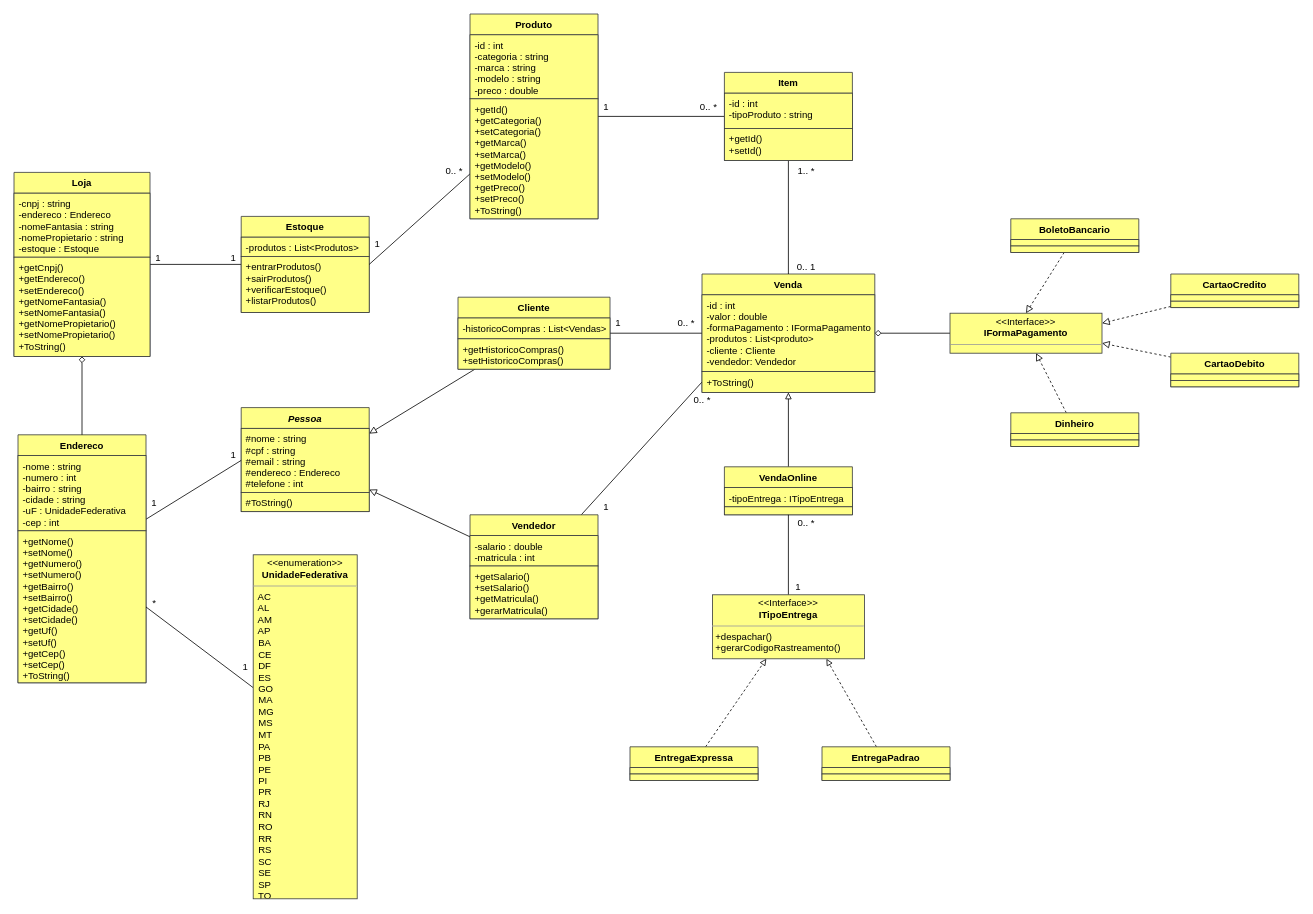
The draw.io diagram docs/loja-de-roupas.drawio.xml in HenriqueMiossi/Loja-de-Roupas, before the edit. Source tidied: cells renumbered, new cells numbered last; positions are measured from the earlier drawing's top-left corner, leaving out a move shared by most shapes. Both pictures are drawn from the tidied source at 80%, with x=0, y=0 at pixel (14, 14).
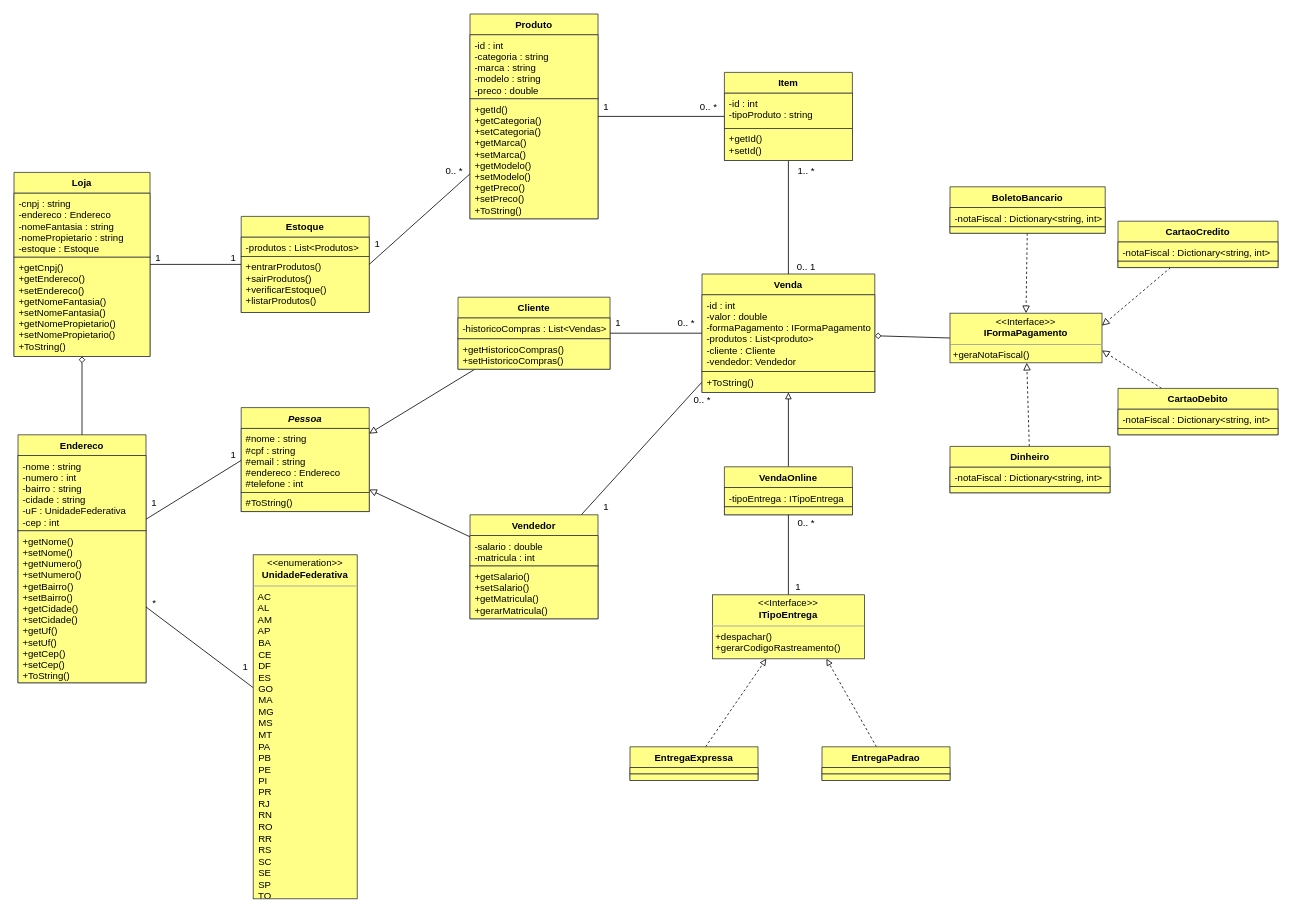
Above is the later version.

Commit message (it also covers changes not shown here):
Docs: update IFormaPagamento from diagram to reflect changes in the code

Change to the diagram source:
```diff
@@
-    <mxCell id="36" value="&lt;p style=&quot;margin: 0px ; margin-top: 4px ; text-align: center&quot;&gt;&amp;lt;&amp;lt;Interface&amp;gt;&amp;gt;&lt;br&gt;&lt;b&gt;IFormaPagamento&lt;br&gt;&lt;/b&gt;&lt;/p&gt;&lt;hr size=&quot;1&quot;&gt;&lt;p style=&quot;margin: 0px ; margin-left: 4px&quot;&gt;&lt;br&gt;&lt;/p&gt;" style="verticalAlign=top;align=left;overflow=fill;fontSize=12;fontFamily=Helvetica;html=1;fillColor=#ffff88;strokeColor=#36393d;" parent="1" vertex="1">
-      <mxGeometry x="1170" y="374" width="190" height="50" as="geometry" />
+    <mxCell id="36" value="&lt;p style=&quot;margin: 0px ; margin-top: 4px ; text-align: center&quot;&gt;&amp;lt;&amp;lt;Interface&amp;gt;&amp;gt;&lt;br&gt;&lt;b&gt;IFormaPagamento&lt;br&gt;&lt;/b&gt;&lt;/p&gt;&lt;hr size=&quot;1&quot;&gt;&lt;p style=&quot;margin: 0px ; margin-left: 4px&quot;&gt;+geraNotaFiscal()&lt;/p&gt;" style="verticalAlign=top;align=left;overflow=fill;fontSize=12;fontFamily=Helvetica;html=1;fillColor=#ffff88;strokeColor=#36393d;" parent="1" vertex="1">
+      <mxGeometry x="1170" y="374" width="190" height="62" as="geometry" />
     </mxCell>
@@
     <mxCell id="53" value="Dinheiro" style="swimlane;fontStyle=1;align=center;verticalAlign=top;horizontal=1;startSize=26;strokeColor=#36393d;fillColor=#ffff88;" parent="1" vertex="1">
-      <mxGeometry x="1246" y="498.5" width="160" height="42" as="geometry" />
+      <mxGeometry x="1170" y="540.5" width="200" height="58" as="geometry" />
     </mxCell>
-    <mxCell id="54" style="text;strokeColor=#36393d;fillColor=#ffff88;align=left;verticalAlign=top;spacingLeft=4;spacingRight=4;overflow=hidden;" parent="53" vertex="1">
-      <mxGeometry y="26" width="160" height="8" as="geometry" />
+    <mxCell id="54" value="-notaFiscal : Dictionary&lt;string, int&gt;" style="text;strokeColor=#36393d;fillColor=#ffff88;align=left;verticalAlign=top;spacingLeft=4;spacingRight=4;overflow=hidden;" parent="53" vertex="1">
+      <mxGeometry y="26" width="200" height="24" as="geometry" />
     </mxCell>
     <mxCell id="55" style="text;strokeColor=#36393d;fillColor=#ffff88;align=left;verticalAlign=top;spacingLeft=4;spacingRight=4;overflow=hidden;fontStyle=0;" parent="53" vertex="1">
-      <mxGeometry y="34" width="160" height="8" as="geometry" />
+      <mxGeometry y="50" width="200" height="8" as="geometry" />
     </mxCell>
@@
     <mxCell id="57" value="CartaoDebito" style="swimlane;fontStyle=1;align=center;verticalAlign=top;horizontal=1;startSize=26;strokeColor=#36393d;fillColor=#ffff88;" parent="1" vertex="1">
-      <mxGeometry x="1446" y="424" width="160" height="42" as="geometry" />
+      <mxGeometry x="1380" y="468" width="200" height="58" as="geometry" />
     </mxCell>
-    <mxCell id="58" style="text;strokeColor=#36393d;fillColor=#ffff88;align=left;verticalAlign=top;spacingLeft=4;spacingRight=4;overflow=hidden;" parent="57" vertex="1">
-      <mxGeometry y="26" width="160" height="8" as="geometry" />
+    <mxCell id="58" value="-notaFiscal : Dictionary&lt;string, int&gt;" style="text;strokeColor=#36393d;fillColor=#ffff88;align=left;verticalAlign=top;spacingLeft=4;spacingRight=4;overflow=hidden;" parent="57" vertex="1">
+      <mxGeometry y="26" width="200" height="24" as="geometry" />
     </mxCell>
     <mxCell id="59" style="text;strokeColor=#36393d;fillColor=#ffff88;align=left;verticalAlign=top;spacingLeft=4;spacingRight=4;overflow=hidden;fontStyle=0;" parent="57" vertex="1">
-      <mxGeometry y="34" width="160" height="8" as="geometry" />
+      <mxGeometry y="50" width="200" height="8" as="geometry" />
     </mxCell>
@@
     <mxCell id="61" value="CartaoCredito" style="swimlane;fontStyle=1;align=center;verticalAlign=top;horizontal=1;startSize=26;strokeColor=#36393d;fillColor=#ffff88;" parent="1" vertex="1">
-      <mxGeometry x="1446" y="325" width="160" height="42" as="geometry" />
+      <mxGeometry x="1380" y="259" width="200" height="58" as="geometry" />
     </mxCell>
-    <mxCell id="62" style="text;strokeColor=#36393d;fillColor=#ffff88;align=left;verticalAlign=top;spacingLeft=4;spacingRight=4;overflow=hidden;" parent="61" vertex="1">
-      <mxGeometry y="26" width="160" height="8" as="geometry" />
+    <mxCell id="62" value="-notaFiscal : Dictionary&lt;string, int&gt;" style="text;strokeColor=#36393d;fillColor=#ffff88;align=left;verticalAlign=top;spacingLeft=4;spacingRight=4;overflow=hidden;" parent="61" vertex="1">
+      <mxGeometry y="26" width="200" height="24" as="geometry" />
     </mxCell>
     <mxCell id="63" style="text;strokeColor=#36393d;fillColor=#ffff88;align=left;verticalAlign=top;spacingLeft=4;spacingRight=4;overflow=hidden;fontStyle=0;" parent="61" vertex="1">
-      <mxGeometry y="34" width="160" height="8" as="geometry" />
+      <mxGeometry y="50" width="200" height="8" as="geometry" />
     </mxCell>
@@
     <mxCell id="65" value="BoletoBancario" style="swimlane;fontStyle=1;align=center;verticalAlign=top;horizontal=1;startSize=26;strokeColor=#36393d;fillColor=#ffff88;" parent="1" vertex="1">
-      <mxGeometry x="1246" y="256" width="160" height="42" as="geometry" />
+      <mxGeometry x="1170" y="216" width="194" height="58" as="geometry" />
     </mxCell>
-    <mxCell id="66" style="text;strokeColor=#36393d;fillColor=#ffff88;align=left;verticalAlign=top;spacingLeft=4;spacingRight=4;overflow=hidden;" parent="65" vertex="1">
-      <mxGeometry y="26" width="160" height="8" as="geometry" />
+    <mxCell id="66" value="-notaFiscal : Dictionary&lt;string, int&gt;" style="text;strokeColor=#36393d;fillColor=#ffff88;align=left;verticalAlign=top;spacingLeft=4;spacingRight=4;overflow=hidden;" parent="65" vertex="1">
+      <mxGeometry y="26" width="194" height="24" as="geometry" />
     </mxCell>
     <mxCell id="67" style="text;strokeColor=#36393d;fillColor=#ffff88;align=left;verticalAlign=top;spacingLeft=4;spacingRight=4;overflow=hidden;fontStyle=0;" parent="65" vertex="1">
-      <mxGeometry y="34" width="160" height="8" as="geometry" />
+      <mxGeometry y="50" width="194" height="8" as="geometry" />
     </mxCell>
```
